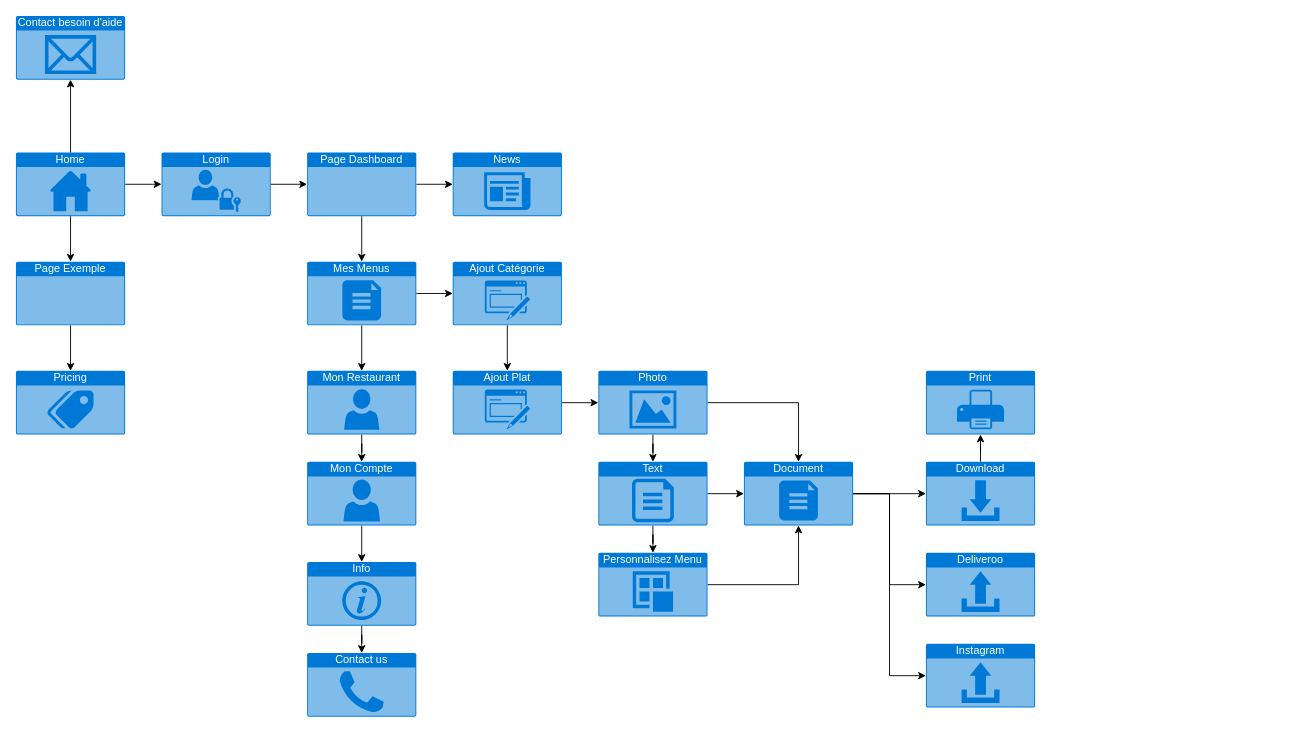
Before: Diagramme sans nom.drawio in Erik-42/OpenClassRooms_Projet_4, a draw.io diagram. Source tidied: cells renumbered, new cells numbered last; positions are measured from the earlier drawing's top-left corner, leaving out a move shared by most shapes. Both pictures are drawn from the tidied source at 91%, with x=0, y=0 at pixel (15, 15).
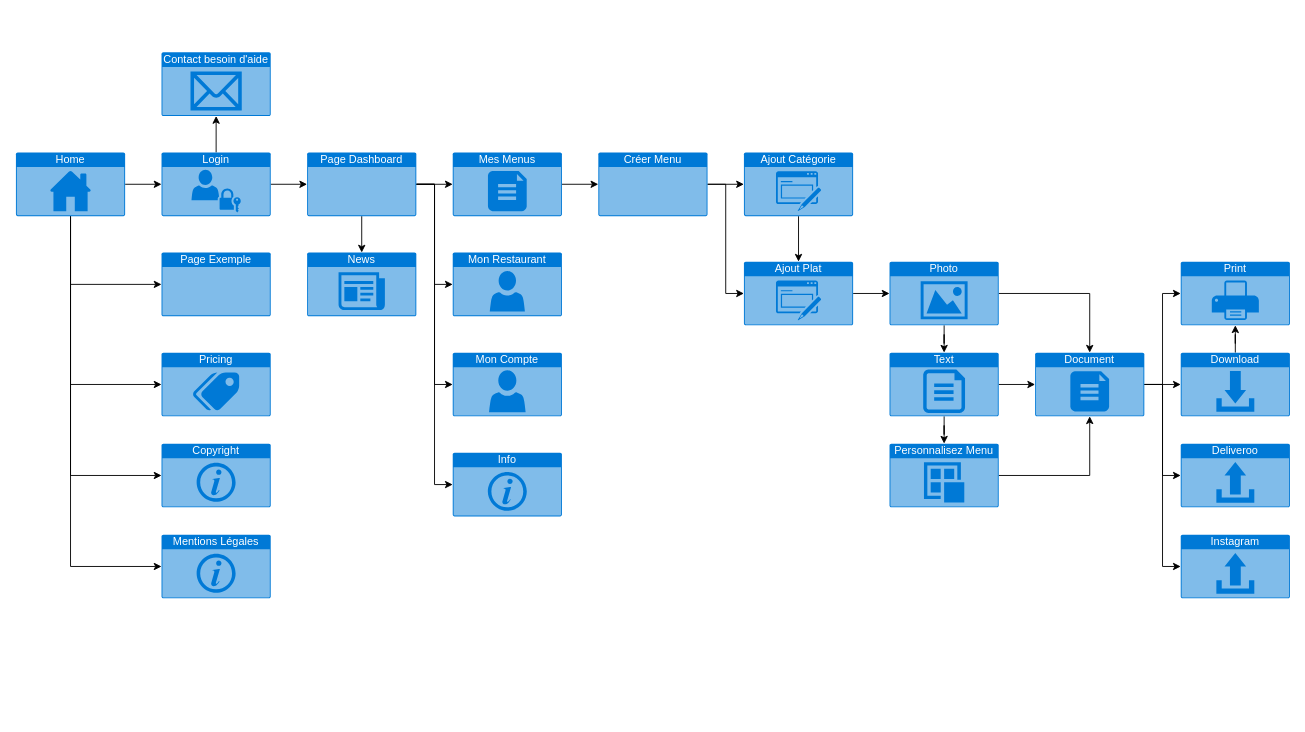
After the change.

Commit message (it also covers changes not shown here):
Mettre à jour Diagramme sans nom.drawio

Unchanged cells that the change refers to:
```xml
<mxCell id="3" value="Login" style="html=1;whiteSpace=wrap;strokeColor=none;fillColor=#0079D6;labelPosition=center;verticalLabelPosition=middle;verticalAlign=top;align=center;fontSize=12;outlineConnect=0;spacingTop=-6;fontColor=#FFFFFF;sketch=0;shape=mxgraph.sitemap.login;" parent="1" vertex="1">
  <mxGeometry x="160" y="150" width="120" height="70" as="geometry" />
</mxCell>
<mxCell id="9" value="Home" style="html=1;whiteSpace=wrap;strokeColor=none;fillColor=#0079D6;labelPosition=center;verticalLabelPosition=middle;verticalAlign=top;align=center;fontSize=12;outlineConnect=0;spacingTop=-6;fontColor=#FFFFFF;sketch=0;shape=mxgraph.sitemap.home;" parent="1" vertex="1">
  <mxGeometry y="150" width="120" height="70" as="geometry" />
</mxCell>
<mxCell id="13" value="Page Dashboard" style="html=1;whiteSpace=wrap;strokeColor=none;fillColor=#0079D6;labelPosition=center;verticalLabelPosition=middle;verticalAlign=top;align=center;fontSize=12;outlineConnect=0;spacingTop=-6;fontColor=#FFFFFF;sketch=0;shape=mxgraph.sitemap.page;" parent="1" vertex="1">
  <mxGeometry x="320" y="150" width="120" height="70" as="geometry" />
</mxCell>
```

Change to the diagram source:
```diff
@@
+    <mxCell id="47" style="edgeStyle=orthogonalEdgeStyle;rounded=0;jettySize=auto;html=1;" parent="1" edge="1" source="3" target="10">
+      <mxGeometry relative="1" as="geometry" />
+    </mxCell>
@@
-    <mxCell id="4" style="edgeStyle=orthogonalEdgeStyle;rounded=0;jettySize=auto;html=1;" parent="1" edge="1" source="5" target="16">
-      <mxGeometry relative="1" as="geometry" />
-    </mxCell>
     <mxCell id="5" value="Page Exemple" style="html=1;whiteSpace=wrap;strokeColor=none;fillColor=#0079D6;labelPosition=center;verticalLabelPosition=middle;verticalAlign=top;align=center;fontSize=12;outlineConnect=0;spacingTop=-6;fontColor=#FFFFFF;sketch=0;shape=mxgraph.sitemap.page;" parent="1" vertex="1">
-      <mxGeometry y="270" width="120" height="70" as="geometry" />
+      <mxGeometry x="160" y="260" width="120" height="70" as="geometry" />
     </mxCell>
+    <mxCell id="7" style="edgeStyle=orthogonalEdgeStyle;rounded=0;jettySize=auto;html=1;" parent="1" edge="1" source="9" target="3">
+      <mxGeometry relative="1" as="geometry" />
+    </mxCell>
+    <mxCell id="48" style="edgeStyle=orthogonalEdgeStyle;rounded=0;jettySize=auto;html=1;exitX=0.5;exitY=1;exitDx=0;exitDy=0;exitPerimeter=0;entryX=0;entryY=0.5;entryDx=0;entryDy=0;entryPerimeter=0;" parent="1" edge="1" source="9" target="16">
+      <mxGeometry relative="1" as="geometry" />
+    </mxCell>
-    <mxCell id="6" style="edgeStyle=orthogonalEdgeStyle;rounded=0;jettySize=auto;html=1;" parent="1" edge="1" source="9" target="5">
+    <mxCell id="6" style="edgeStyle=orthogonalEdgeStyle;rounded=0;jettySize=auto;html=1;exitX=0.5;exitY=1;exitDx=0;exitDy=0;exitPerimeter=0;entryX=0;entryY=0.5;entryDx=0;entryDy=0;entryPerimeter=0;" parent="1" edge="1" source="9" target="5">
       <mxGeometry relative="1" as="geometry" />
     </mxCell>
-    <mxCell id="7" style="edgeStyle=orthogonalEdgeStyle;rounded=0;jettySize=auto;html=1;" parent="1" edge="1" source="9" target="3">
-      <mxGeometry relative="1" as="geometry" />
-    </mxCell>
-    <mxCell id="8" style="edgeStyle=orthogonalEdgeStyle;rounded=0;jettySize=auto;html=1;" parent="1" edge="1" source="9" target="10">
-      <mxGeometry relative="1" as="geometry" />
-    </mxCell>
+    <mxCell id="49" style="edgeStyle=orthogonalEdgeStyle;rounded=0;jettySize=auto;html=1;exitX=0.5;exitY=1;exitDx=0;exitDy=0;exitPerimeter=0;entryX=0;entryY=0.5;entryDx=0;entryDy=0;entryPerimeter=0;" parent="1" edge="1" source="9" target="60">
+      <mxGeometry relative="1" as="geometry" />
+    </mxCell>
+    <mxCell id="50" style="edgeStyle=orthogonalEdgeStyle;rounded=0;jettySize=auto;html=1;exitX=0.5;exitY=1;exitDx=0;exitDy=0;exitPerimeter=0;entryX=0;entryY=0.5;entryDx=0;entryDy=0;entryPerimeter=0;" parent="1" edge="1" source="9" target="59">
+      <mxGeometry relative="1" as="geometry" />
+    </mxCell>
@@
     <mxCell id="10" value="Contact besoin d'aide" style="html=1;whiteSpace=wrap;strokeColor=none;fillColor=#0079D6;labelPosition=center;verticalLabelPosition=middle;verticalAlign=top;align=center;fontSize=12;outlineConnect=0;spacingTop=-6;fontColor=#FFFFFF;sketch=0;shape=mxgraph.sitemap.mail;" parent="1" vertex="1">
-      <mxGeometry width="120" height="70" as="geometry" />
+      <mxGeometry x="160" y="40" width="120" height="70" as="geometry" />
     </mxCell>
@@
+    <mxCell id="51" style="edgeStyle=orthogonalEdgeStyle;rounded=0;jettySize=auto;html=1;exitX=1;exitY=0.5;exitDx=0;exitDy=0;exitPerimeter=0;entryX=0;entryY=0.5;entryDx=0;entryDy=0;entryPerimeter=0;" parent="1" edge="1" source="13" target="15">
+      <mxGeometry relative="1" as="geometry" />
+    </mxCell>
+    <mxCell id="52" style="edgeStyle=orthogonalEdgeStyle;rounded=0;jettySize=auto;html=1;exitX=1;exitY=0.5;exitDx=0;exitDy=0;exitPerimeter=0;entryX=0;entryY=0.5;entryDx=0;entryDy=0;entryPerimeter=0;" parent="1" edge="1" source="13" target="18">
+      <mxGeometry relative="1" as="geometry" />
+    </mxCell>
+    <mxCell id="53" style="edgeStyle=orthogonalEdgeStyle;rounded=0;jettySize=auto;html=1;exitX=1;exitY=0.5;exitDx=0;exitDy=0;exitPerimeter=0;entryX=0;entryY=0.5;entryDx=0;entryDy=0;entryPerimeter=0;" parent="1" edge="1" source="13" target="27">
+      <mxGeometry relative="1" as="geometry" />
+    </mxCell>
@@
-    <mxCell id="14" style="edgeStyle=orthogonalEdgeStyle;rounded=0;jettySize=auto;html=1;" parent="1" edge="1" source="15" target="18">
-      <mxGeometry relative="1" as="geometry" />
-    </mxCell>
     <mxCell id="15" value="Mon Restaurant" style="html=1;whiteSpace=wrap;strokeColor=none;fillColor=#0079D6;labelPosition=center;verticalLabelPosition=middle;verticalAlign=top;align=center;fontSize=12;outlineConnect=0;spacingTop=-6;fontColor=#FFFFFF;sketch=0;shape=mxgraph.sitemap.profile;" parent="1" vertex="1">
-      <mxGeometry x="320" y="390" width="120" height="70" as="geometry" />
+      <mxGeometry x="480" y="260" width="120" height="70" as="geometry" />
     </mxCell>
     <mxCell id="16" value="Pricing" style="html=1;whiteSpace=wrap;strokeColor=none;fillColor=#0079D6;labelPosition=center;verticalLabelPosition=middle;verticalAlign=top;align=center;fontSize=12;outlineConnect=0;spacingTop=-6;fontColor=#FFFFFF;sketch=0;shape=mxgraph.sitemap.pricing;" parent="1" vertex="1">
-      <mxGeometry y="390" width="120" height="70" as="geometry" />
+      <mxGeometry x="160" y="370" width="120" height="70" as="geometry" />
     </mxCell>
-    <mxCell id="17" style="edgeStyle=orthogonalEdgeStyle;rounded=0;jettySize=auto;html=1;" parent="1" edge="1" source="18" target="27">
-      <mxGeometry relative="1" as="geometry" />
-    </mxCell>
     <mxCell id="18" value="Mon Compte" style="html=1;whiteSpace=wrap;strokeColor=none;fillColor=#0079D6;labelPosition=center;verticalLabelPosition=middle;verticalAlign=top;align=center;fontSize=12;outlineConnect=0;spacingTop=-6;fontColor=#FFFFFF;sketch=0;shape=mxgraph.sitemap.user;" parent="1" vertex="1">
-      <mxGeometry x="320" y="490" width="120" height="70" as="geometry" />
+      <mxGeometry x="480" y="370" width="120" height="70" as="geometry" />
     </mxCell>
-    <mxCell id="19" style="edgeStyle=orthogonalEdgeStyle;rounded=0;jettySize=auto;html=1;" parent="1" edge="1" source="21" target="15">
-      <mxGeometry relative="1" as="geometry" />
-    </mxCell>
-    <mxCell id="20" style="edgeStyle=orthogonalEdgeStyle;rounded=0;jettySize=auto;html=1;" parent="1" edge="1" source="21" target="23">
-      <mxGeometry relative="1" as="geometry" />
-    </mxCell>
+    <mxCell id="54" style="edgeStyle=orthogonalEdgeStyle;rounded=0;jettySize=auto;html=1;" parent="1" edge="1" source="21" target="58">
+      <mxGeometry relative="1" as="geometry" />
+    </mxCell>
     <mxCell id="21" value="Mes Menus" style="html=1;whiteSpace=wrap;strokeColor=none;fillColor=#0079D6;labelPosition=center;verticalLabelPosition=middle;verticalAlign=top;align=center;fontSize=12;outlineConnect=0;spacingTop=-6;fontColor=#FFFFFF;sketch=0;shape=mxgraph.sitemap.document;" parent="1" vertex="1">
-      <mxGeometry x="320" y="270" width="120" height="70" as="geometry" />
+      <mxGeometry x="480" y="150" width="120" height="70" as="geometry" />
     </mxCell>
@@
     <mxCell id="23" value="Ajout Catégorie" style="html=1;whiteSpace=wrap;strokeColor=none;fillColor=#0079D6;labelPosition=center;verticalLabelPosition=middle;verticalAlign=top;align=center;fontSize=12;outlineConnect=0;spacingTop=-6;fontColor=#FFFFFF;sketch=0;shape=mxgraph.sitemap.form;" parent="1" vertex="1">
-      <mxGeometry x="480" y="270" width="120" height="70" as="geometry" />
+      <mxGeometry x="800" y="150" width="120" height="70" as="geometry" />
     </mxCell>
@@
     <mxCell id="25" value="Ajout Plat" style="html=1;whiteSpace=wrap;strokeColor=none;fillColor=#0079D6;labelPosition=center;verticalLabelPosition=middle;verticalAlign=top;align=center;fontSize=12;outlineConnect=0;spacingTop=-6;fontColor=#FFFFFF;sketch=0;shape=mxgraph.sitemap.form;" parent="1" vertex="1">
-      <mxGeometry x="480" y="390" width="120" height="70" as="geometry" />
+      <mxGeometry x="800" y="270" width="120" height="70" as="geometry" />
     </mxCell>
-    <mxCell id="26" style="edgeStyle=orthogonalEdgeStyle;rounded=0;jettySize=auto;html=1;" parent="1" edge="1" source="27" target="38">
-      <mxGeometry relative="1" as="geometry" />
-    </mxCell>
     <mxCell id="27" value="Info" style="html=1;whiteSpace=wrap;strokeColor=none;fillColor=#0079D6;labelPosition=center;verticalLabelPosition=middle;verticalAlign=top;align=center;fontSize=12;outlineConnect=0;spacingTop=-6;fontColor=#FFFFFF;sketch=0;shape=mxgraph.sitemap.info;" parent="1" vertex="1">
-      <mxGeometry x="320" y="600" width="120" height="70" as="geometry" />
+      <mxGeometry x="480" y="480" width="120" height="70" as="geometry" />
     </mxCell>
@@
     <mxCell id="30" value="Photo" style="html=1;whiteSpace=wrap;strokeColor=none;fillColor=#0079D6;labelPosition=center;verticalLabelPosition=middle;verticalAlign=top;align=center;fontSize=12;outlineConnect=0;spacingTop=-6;fontColor=#FFFFFF;sketch=0;shape=mxgraph.sitemap.photo;" parent="1" vertex="1">
-      <mxGeometry x="640" y="390" width="120" height="70" as="geometry" />
+      <mxGeometry x="960" y="270" width="120" height="70" as="geometry" />
     </mxCell>
@@
     <mxCell id="33" value="Text" style="html=1;whiteSpace=wrap;strokeColor=none;fillColor=#0079D6;labelPosition=center;verticalLabelPosition=middle;verticalAlign=top;align=center;fontSize=12;outlineConnect=0;spacingTop=-6;fontColor=#FFFFFF;sketch=0;shape=mxgraph.sitemap.text;" parent="1" vertex="1">
-      <mxGeometry x="640" y="490" width="120" height="70" as="geometry" />
+      <mxGeometry x="960" y="370" width="120" height="70" as="geometry" />
     </mxCell>
@@
+    <mxCell id="55" style="edgeStyle=orthogonalEdgeStyle;rounded=0;jettySize=auto;html=1;exitX=1;exitY=0.5;exitDx=0;exitDy=0;exitPerimeter=0;entryX=0;entryY=0.5;entryDx=0;entryDy=0;entryPerimeter=0;" parent="1" edge="1" source="37" target="41">
+      <mxGeometry relative="1" as="geometry" />
+    </mxCell>
     <mxCell id="37" value="Document" style="html=1;whiteSpace=wrap;strokeColor=none;fillColor=#0079D6;labelPosition=center;verticalLabelPosition=middle;verticalAlign=top;align=center;fontSize=12;outlineConnect=0;spacingTop=-6;fontColor=#FFFFFF;sketch=0;shape=mxgraph.sitemap.document;" parent="1" vertex="1">
-      <mxGeometry x="800" y="490" width="120" height="70" as="geometry" />
+      <mxGeometry x="1120" y="370" width="120" height="70" as="geometry" />
     </mxCell>
-    <mxCell id="38" value="Contact us" style="html=1;whiteSpace=wrap;strokeColor=none;fillColor=#0079D6;labelPosition=center;verticalLabelPosition=middle;verticalAlign=top;align=center;fontSize=12;outlineConnect=0;spacingTop=-6;fontColor=#FFFFFF;sketch=0;shape=mxgraph.sitemap.contact_us;" parent="1" vertex="1">
-      <mxGeometry x="320" y="700" width="120" height="70" as="geometry" />
-    </mxCell>
@@
     <mxCell id="40" value="Personnalisez Menu" style="html=1;whiteSpace=wrap;strokeColor=none;fillColor=#0079D6;labelPosition=center;verticalLabelPosition=middle;verticalAlign=top;align=center;fontSize=12;outlineConnect=0;spacingTop=-6;fontColor=#FFFFFF;sketch=0;shape=mxgraph.sitemap.post;" parent="1" vertex="1">
-      <mxGeometry x="640" y="590" width="120" height="70" as="geometry" />
+      <mxGeometry x="960" y="470" width="120" height="70" as="geometry" />
     </mxCell>
     <mxCell id="41" value="Print" style="html=1;whiteSpace=wrap;strokeColor=none;fillColor=#0079D6;labelPosition=center;verticalLabelPosition=middle;verticalAlign=top;align=center;fontSize=12;outlineConnect=0;spacingTop=-6;fontColor=#FFFFFF;sketch=0;shape=mxgraph.sitemap.print;" parent="1" vertex="1">
-      <mxGeometry x="1000" y="390" width="120" height="70" as="geometry" />
+      <mxGeometry x="1280" y="270" width="120" height="70" as="geometry" />
     </mxCell>
@@
     <mxCell id="43" value="Download" style="html=1;whiteSpace=wrap;strokeColor=none;fillColor=#0079D6;labelPosition=center;verticalLabelPosition=middle;verticalAlign=top;align=center;fontSize=12;outlineConnect=0;spacingTop=-6;fontColor=#FFFFFF;sketch=0;shape=mxgraph.sitemap.download;" parent="1" vertex="1">
-      <mxGeometry x="1000" y="490" width="120" height="70" as="geometry" />
+      <mxGeometry x="1280" y="370" width="120" height="70" as="geometry" />
     </mxCell>
     <mxCell id="44" value="Deliveroo" style="html=1;whiteSpace=wrap;strokeColor=none;fillColor=#0079D6;labelPosition=center;verticalLabelPosition=middle;verticalAlign=top;align=center;fontSize=12;outlineConnect=0;spacingTop=-6;fontColor=#FFFFFF;sketch=0;shape=mxgraph.sitemap.upload;" parent="1" vertex="1">
-      <mxGeometry x="1000" y="590" width="120" height="70" as="geometry" />
+      <mxGeometry x="1280" y="470" width="120" height="70" as="geometry" />
     </mxCell>
     <mxCell id="45" value="Instagram" style="html=1;whiteSpace=wrap;strokeColor=none;fillColor=#0079D6;labelPosition=center;verticalLabelPosition=middle;verticalAlign=top;align=center;fontSize=12;outlineConnect=0;spacingTop=-6;fontColor=#FFFFFF;sketch=0;shape=mxgraph.sitemap.upload;" parent="1" vertex="1">
-      <mxGeometry x="1000" y="690" width="120" height="70" as="geometry" />
+      <mxGeometry x="1280" y="570" width="120" height="70" as="geometry" />
     </mxCell>
     <mxCell id="46" value="News" style="html=1;whiteSpace=wrap;strokeColor=none;fillColor=#0079D6;labelPosition=center;verticalLabelPosition=middle;verticalAlign=top;align=center;fontSize=12;outlineConnect=0;spacingTop=-6;fontColor=#FFFFFF;sketch=0;shape=mxgraph.sitemap.news;" parent="1" vertex="1">
-      <mxGeometry x="480" y="150" width="120" height="70" as="geometry" />
+      <mxGeometry x="320" y="260" width="120" height="70" as="geometry" />
     </mxCell>
+    <mxCell id="56" style="edgeStyle=orthogonalEdgeStyle;rounded=0;jettySize=auto;html=1;" parent="1" edge="1" source="58" target="23">
+      <mxGeometry relative="1" as="geometry" />
+    </mxCell>
+    <mxCell id="57" style="edgeStyle=orthogonalEdgeStyle;rounded=0;jettySize=auto;html=1;exitX=1;exitY=0.5;exitDx=0;exitDy=0;exitPerimeter=0;entryX=0;entryY=0.5;entryDx=0;entryDy=0;entryPerimeter=0;" parent="1" edge="1" source="58" target="25">
+      <mxGeometry relative="1" as="geometry" />
+    </mxCell>
+    <mxCell id="58" value="Créer Menu" style="html=1;whiteSpace=wrap;strokeColor=none;fillColor=#0079D6;labelPosition=center;verticalLabelPosition=middle;verticalAlign=top;align=center;fontSize=12;outlineConnect=0;spacingTop=-6;fontColor=#FFFFFF;sketch=0;shape=mxgraph.sitemap.page;" parent="1" vertex="1">
+      <mxGeometry x="640" y="150" width="120" height="70" as="geometry" />
+    </mxCell>
+    <mxCell id="59" value="Mentions Légales" style="html=1;whiteSpace=wrap;strokeColor=none;fillColor=#0079D6;labelPosition=center;verticalLabelPosition=middle;verticalAlign=top;align=center;fontSize=12;outlineConnect=0;spacingTop=-6;fontColor=#FFFFFF;sketch=0;shape=mxgraph.sitemap.info;" parent="1" vertex="1">
+      <mxGeometry x="160" y="570" width="120" height="70" as="geometry" />
+    </mxCell>
+    <mxCell id="60" value="Copyright" style="html=1;whiteSpace=wrap;strokeColor=none;fillColor=#0079D6;labelPosition=center;verticalLabelPosition=middle;verticalAlign=top;align=center;fontSize=12;outlineConnect=0;spacingTop=-6;fontColor=#FFFFFF;sketch=0;shape=mxgraph.sitemap.info;" parent="1" vertex="1">
+      <mxGeometry x="160" y="470" width="120" height="70" as="geometry" />
+    </mxCell>
```
